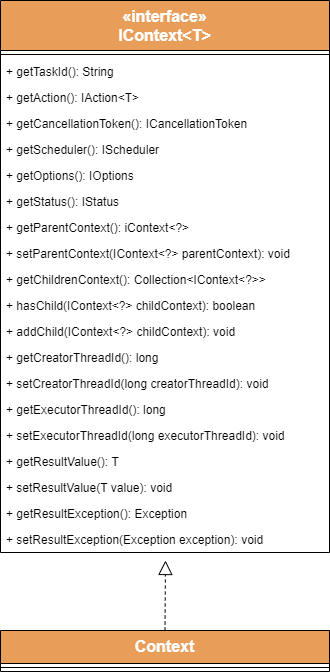
Earlier version of the draw.io export docs/Context.png (BrunoMNDantas/TPL4J). Source tidied: cells renumbered, new cells last; positions are measured from the earlier drawing's top-left corner, leaving out a move shared by most shapes. Its diagram source:
```xml
<mxGraphModel>
  <root>
    <mxCell id="0" />
    <mxCell id="1" parent="0" />
    <mxCell id="2" style="endArrow=block;dashed=1;endFill=0;endSize=12;html=1;fontSize=16;fontColor=none;exitX=0.5;exitY=0;exitDx=0;exitDy=0;labelBackgroundColor=none;noLabel=1;" parent="1" edge="1" source="24">
      <mxGeometry relative="1" as="geometry">
        <mxPoint x="165" y="560" as="targetPoint" />
      </mxGeometry>
    </mxCell>
    <mxCell id="3" value="«interface»&#10;IContext&lt;T&gt;" style="swimlane;fontStyle=1;align=center;verticalAlign=top;horizontal=1;startSize=50;fillColor=#e89d59;gradientColor=none;fontSize=16;fontColor=#FFFFFF;" parent="1" vertex="1">
      <mxGeometry width="329" height="552" as="geometry" />
    </mxCell>
    <mxCell id="4" style="line;strokeWidth=1;fillColor=none;align=left;verticalAlign=middle;spacingTop=-1;spacingLeft=3;spacingRight=3;labelPosition=right;" parent="3" vertex="1">
      <mxGeometry y="50" width="329" height="8" as="geometry" />
    </mxCell>
    <mxCell id="5" value="+ getTaskId(): String" style="text;strokeColor=none;fillColor=none;align=left;verticalAlign=top;spacingLeft=4;spacingRight=4;overflow=hidden;" parent="3" vertex="1">
      <mxGeometry y="58" width="329" height="26" as="geometry" />
    </mxCell>
    <mxCell id="6" value="+ getAction(): IAction&lt;T&gt;" style="text;strokeColor=none;fillColor=none;align=left;verticalAlign=top;spacingLeft=4;spacingRight=4;overflow=hidden;" parent="3" vertex="1">
      <mxGeometry y="84" width="329" height="26" as="geometry" />
    </mxCell>
    <mxCell id="7" value="+ getCancellationToken(): ICancellationToken" style="text;strokeColor=none;fillColor=none;align=left;verticalAlign=top;spacingLeft=4;spacingRight=4;overflow=hidden;" parent="3" vertex="1">
      <mxGeometry y="110" width="329" height="26" as="geometry" />
    </mxCell>
    <mxCell id="8" value="+ getScheduler(): IScheduler" style="text;strokeColor=none;fillColor=none;align=left;verticalAlign=top;spacingLeft=4;spacingRight=4;overflow=hidden;" parent="3" vertex="1">
      <mxGeometry y="136" width="329" height="26" as="geometry" />
    </mxCell>
    <mxCell id="9" value="+ getOptions(): IOptions" style="text;strokeColor=none;fillColor=none;align=left;verticalAlign=top;spacingLeft=4;spacingRight=4;overflow=hidden;" parent="3" vertex="1">
      <mxGeometry y="162" width="329" height="26" as="geometry" />
    </mxCell>
    <mxCell id="10" value="+ getStatus(): IStatus" style="text;strokeColor=none;fillColor=none;align=left;verticalAlign=top;spacingLeft=4;spacingRight=4;overflow=hidden;" parent="3" vertex="1">
      <mxGeometry y="188" width="329" height="26" as="geometry" />
    </mxCell>
    <mxCell id="11" value="+ getParentContext(): iContext&lt;?&gt;" style="text;strokeColor=none;fillColor=none;align=left;verticalAlign=top;spacingLeft=4;spacingRight=4;overflow=hidden;" parent="3" vertex="1">
      <mxGeometry y="214" width="329" height="26" as="geometry" />
    </mxCell>
    <mxCell id="12" value="+ setParentContext(IContext&lt;?&gt; parentContext): void" style="text;strokeColor=none;fillColor=none;align=left;verticalAlign=top;spacingLeft=4;spacingRight=4;overflow=hidden;" parent="3" vertex="1">
      <mxGeometry y="240" width="329" height="26" as="geometry" />
    </mxCell>
    <mxCell id="13" value="+ getChildrenContext(): Collection&lt;IContext&lt;?&gt;&gt;" style="text;strokeColor=none;fillColor=none;align=left;verticalAlign=top;spacingLeft=4;spacingRight=4;overflow=hidden;" parent="3" vertex="1">
      <mxGeometry y="266" width="329" height="26" as="geometry" />
    </mxCell>
    <mxCell id="14" value="+ hasChild(IContext&lt;?&gt; childContext): boolean" style="text;strokeColor=none;fillColor=none;align=left;verticalAlign=top;spacingLeft=4;spacingRight=4;overflow=hidden;" parent="3" vertex="1">
      <mxGeometry y="292" width="329" height="26" as="geometry" />
    </mxCell>
    <mxCell id="15" value="+ addChild(IContext&lt;?&gt; childContext): void" style="text;strokeColor=none;fillColor=none;align=left;verticalAlign=top;spacingLeft=4;spacingRight=4;overflow=hidden;" parent="3" vertex="1">
      <mxGeometry y="318" width="329" height="26" as="geometry" />
    </mxCell>
    <mxCell id="16" value="+ getCreatorThreadId(): long" style="text;strokeColor=none;fillColor=none;align=left;verticalAlign=top;spacingLeft=4;spacingRight=4;overflow=hidden;" parent="3" vertex="1">
      <mxGeometry y="344" width="329" height="26" as="geometry" />
    </mxCell>
    <mxCell id="17" value="+ setCreatorThreadId(long creatorThreadId): void" style="text;strokeColor=none;fillColor=none;align=left;verticalAlign=top;spacingLeft=4;spacingRight=4;overflow=hidden;" parent="3" vertex="1">
      <mxGeometry y="370" width="329" height="26" as="geometry" />
    </mxCell>
    <mxCell id="18" value="+ getExecutorThreadId(): long" style="text;strokeColor=none;fillColor=none;align=left;verticalAlign=top;spacingLeft=4;spacingRight=4;overflow=hidden;" parent="3" vertex="1">
      <mxGeometry y="396" width="329" height="26" as="geometry" />
    </mxCell>
    <mxCell id="19" value="+ setExecutorThreadId(long executorThreadId): void" style="text;strokeColor=none;fillColor=none;align=left;verticalAlign=top;spacingLeft=4;spacingRight=4;overflow=hidden;" parent="3" vertex="1">
      <mxGeometry y="422" width="329" height="26" as="geometry" />
    </mxCell>
    <mxCell id="20" value="+ getResultValue(): T" style="text;strokeColor=none;fillColor=none;align=left;verticalAlign=top;spacingLeft=4;spacingRight=4;overflow=hidden;" parent="3" vertex="1">
      <mxGeometry y="448" width="329" height="26" as="geometry" />
    </mxCell>
    <mxCell id="21" value="+ setResultValue(T value): void" style="text;strokeColor=none;fillColor=none;align=left;verticalAlign=top;spacingLeft=4;spacingRight=4;overflow=hidden;" parent="3" vertex="1">
      <mxGeometry y="474" width="329" height="26" as="geometry" />
    </mxCell>
    <mxCell id="22" value="+ getResultException(): Exception" style="text;strokeColor=none;fillColor=none;align=left;verticalAlign=top;spacingLeft=4;spacingRight=4;overflow=hidden;" parent="3" vertex="1">
      <mxGeometry y="500" width="329" height="26" as="geometry" />
    </mxCell>
    <mxCell id="23" value="+ setResultException(Exception exception): void" style="text;strokeColor=none;fillColor=none;align=left;verticalAlign=top;spacingLeft=4;spacingRight=4;overflow=hidden;" parent="3" vertex="1">
      <mxGeometry y="526" width="329" height="26" as="geometry" />
    </mxCell>
    <mxCell id="24" value="Context" style="swimlane;fontStyle=1;align=center;verticalAlign=top;horizontal=1;startSize=33;fillColor=#e89d59;gradientColor=none;fontSize=16;fontColor=#FFFFFF;" parent="1" vertex="1">
      <mxGeometry y="630" width="329" height="41" as="geometry" />
    </mxCell>
    <mxCell id="25" style="line;strokeWidth=1;fillColor=none;align=left;verticalAlign=middle;spacingTop=-1;spacingLeft=3;spacingRight=3;labelPosition=right;" parent="24" vertex="1">
      <mxGeometry y="33" width="329" height="8" as="geometry" />
    </mxCell>
  </root>
</mxGraphModel>
```
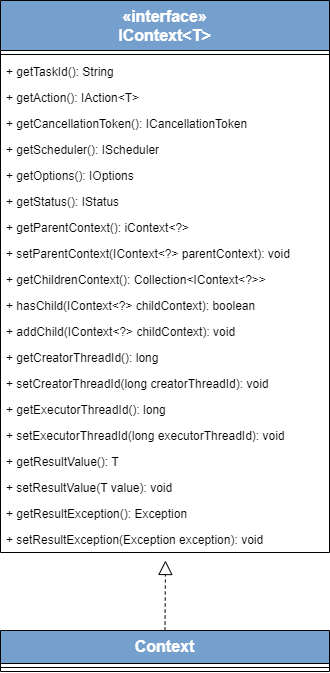
The same file after the commit.

The edit, as a diff of the source:
```diff
@@ -7,7 +7,7 @@
         <mxPoint x="165" y="560" as="targetPoint" />
       </mxGeometry>
     </mxCell>
-    <mxCell id="3" value="«interface»&#10;IContext&lt;T&gt;" style="swimlane;fontStyle=1;align=center;verticalAlign=top;horizontal=1;startSize=50;fillColor=#e89d59;gradientColor=none;fontSize=16;fontColor=#FFFFFF;" parent="1" vertex="1">
+    <mxCell id="3" value="«interface»&#10;IContext&lt;T&gt;" style="swimlane;fontStyle=1;align=center;verticalAlign=top;horizontal=1;startSize=50;fillColor=#75A0CD;gradientColor=none;fontSize=16;fontColor=#FFFFFF;" parent="1" vertex="1">
       <mxGeometry width="329" height="552" as="geometry" />
     </mxCell>
     <mxCell id="4" style="line;strokeWidth=1;fillColor=none;align=left;verticalAlign=middle;spacingTop=-1;spacingLeft=3;spacingRight=3;labelPosition=right;" parent="3" vertex="1">
@@ -70,7 +70,7 @@
     <mxCell id="23" value="+ setResultException(Exception exception): void" style="text;strokeColor=none;fillColor=none;align=left;verticalAlign=top;spacingLeft=4;spacingRight=4;overflow=hidden;" parent="3" vertex="1">
       <mxGeometry y="526" width="329" height="26" as="geometry" />
     </mxCell>
-    <mxCell id="24" value="Context" style="swimlane;fontStyle=1;align=center;verticalAlign=top;horizontal=1;startSize=33;fillColor=#e89d59;gradientColor=none;fontSize=16;fontColor=#FFFFFF;" parent="1" vertex="1">
+    <mxCell id="24" value="Context" style="swimlane;fontStyle=1;align=center;verticalAlign=top;horizontal=1;startSize=33;fillColor=#75A0CD;gradientColor=none;fontSize=16;fontColor=#FFFFFF;" parent="1" vertex="1">
       <mxGeometry y="630" width="329" height="41" as="geometry" />
     </mxCell>
     <mxCell id="25" style="line;strokeWidth=1;fillColor=none;align=left;verticalAlign=middle;spacingTop=-1;spacingLeft=3;spacingRight=3;labelPosition=right;" parent="24" vertex="1">
```
